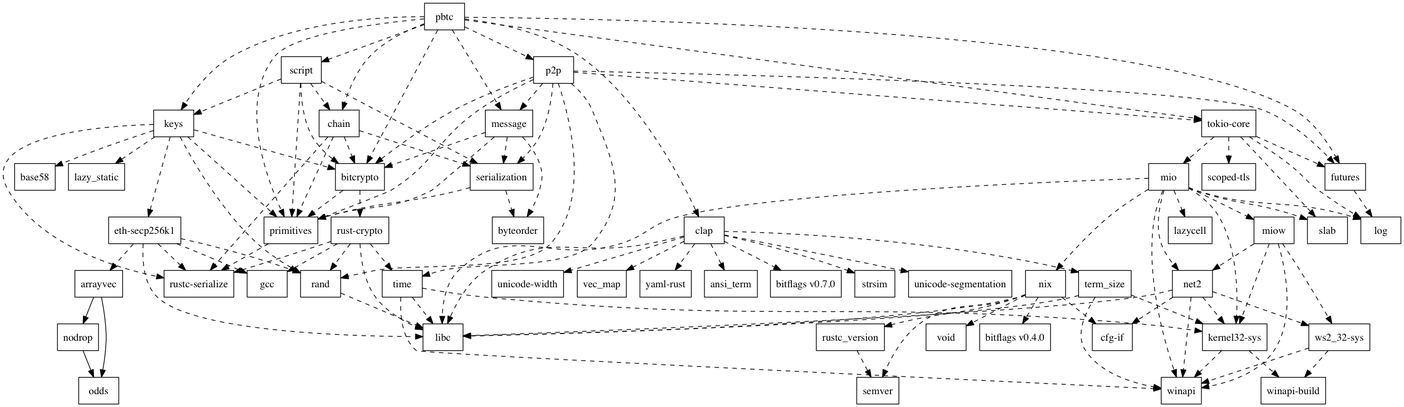
paritytech/parity-bitcoin keeps this Graphviz diagram as tools/graph.png. Above is the earlier version. Its source is kept beside it as tools/graph.dot.
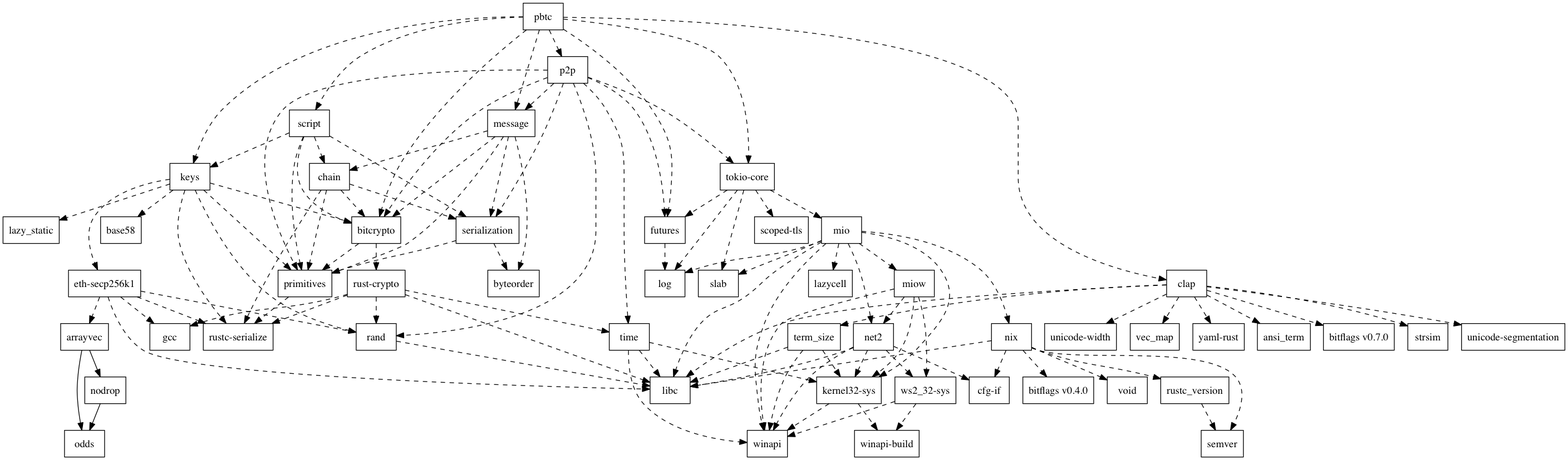
After the commit.

The edit, as a diff of the source:
```diff
@@ -1,25 +1,25 @@
 digraph dependencies {
 	N0[label="pbtc",shape=box];
 	N1[label="bitcrypto",shape=box];
-	N2[label="chain",shape=box];
-	N3[label="clap",shape=box];
-	N4[label="futures",shape=box];
-	N5[label="keys",shape=box];
-	N6[label="message",shape=box];
-	N7[label="p2p",shape=box];
-	N8[label="primitives",shape=box];
-	N9[label="script",shape=box];
-	N10[label="tokio-core",shape=box];
-	N11[label="ansi_term",shape=box];
-	N12[label="arrayvec",shape=box];
-	N13[label="nodrop",shape=box];
-	N14[label="odds",shape=box];
-	N15[label="base58",shape=box];
-	N16[label="rust-crypto",shape=box];
-	N17[label="bitflags v0.4.0",shape=box];
-	N18[label="bitflags v0.7.0",shape=box];
-	N19[label="byteorder",shape=box];
-	N20[label="cfg-if",shape=box];
+	N2[label="clap",shape=box];
+	N3[label="futures",shape=box];
+	N4[label="keys",shape=box];
+	N5[label="message",shape=box];
+	N6[label="p2p",shape=box];
+	N7[label="script",shape=box];
+	N8[label="tokio-core",shape=box];
+	N9[label="ansi_term",shape=box];
+	N10[label="arrayvec",shape=box];
+	N11[label="nodrop",shape=box];
+	N12[label="odds",shape=box];
+	N13[label="base58",shape=box];
+	N14[label="primitives",shape=box];
+	N15[label="rust-crypto",shape=box];
+	N16[label="bitflags v0.4.0",shape=box];
+	N17[label="bitflags v0.7.0",shape=box];
+	N18[label="byteorder",shape=box];
+	N19[label="cfg-if",shape=box];
+	N20[label="chain",shape=box];
 	N21[label="rustc-serialize",shape=box];
 	N22[label="serialization",shape=box];
 	N23[label="libc",shape=box];
@@ -57,68 +57,67 @@
 	N0 -> N6[label="",style=dashed];
 	N0 -> N7[label="",style=dashed];
 	N0 -> N8[label="",style=dashed];
-	N0 -> N9[label="",style=dashed];
-	N0 -> N10[label="",style=dashed];
-	N1 -> N8[label="",style=dashed];
-	N1 -> N16[label="",style=dashed];
-	N2 -> N1[label="",style=dashed];
-	N2 -> N8[label="",style=dashed];
-	N2 -> N21[label="",style=dashed];
-	N2 -> N22[label="",style=dashed];
-	N3 -> N11[label="",style=dashed];
-	N3 -> N18[label="",style=dashed];
-	N3 -> N23[label="",style=dashed];
-	N3 -> N24[label="",style=dashed];
-	N3 -> N25[label="",style=dashed];
-	N3 -> N26[label="",style=dashed];
-	N3 -> N27[label="",style=dashed];
-	N3 -> N28[label="",style=dashed];
-	N3 -> N29[label="",style=dashed];
-	N4 -> N33[label="",style=dashed];
+	N1 -> N14[label="",style=dashed];
+	N1 -> N15[label="",style=dashed];
+	N2 -> N9[label="",style=dashed];
+	N2 -> N17[label="",style=dashed];
+	N2 -> N23[label="",style=dashed];
+	N2 -> N24[label="",style=dashed];
+	N2 -> N25[label="",style=dashed];
+	N2 -> N26[label="",style=dashed];
+	N2 -> N27[label="",style=dashed];
+	N2 -> N28[label="",style=dashed];
+	N2 -> N29[label="",style=dashed];
+	N3 -> N33[label="",style=dashed];
+	N4 -> N1[label="",style=dashed];
+	N4 -> N13[label="",style=dashed];
+	N4 -> N14[label="",style=dashed];
+	N4 -> N21[label="",style=dashed];
+	N4 -> N30[label="",style=dashed];
+	N4 -> N32[label="",style=dashed];
+	N4 -> N37[label="",style=dashed];
 	N5 -> N1[label="",style=dashed];
-	N5 -> N8[label="",style=dashed];
-	N5 -> N15[label="",style=dashed];
-	N5 -> N21[label="",style=dashed];
-	N5 -> N30[label="",style=dashed];
-	N5 -> N32[label="",style=dashed];
-	N5 -> N37[label="",style=dashed];
+	N5 -> N14[label="",style=dashed];
+	N5 -> N18[label="",style=dashed];
+	N5 -> N20[label="",style=dashed];
+	N5 -> N22[label="",style=dashed];
 	N6 -> N1[label="",style=dashed];
+	N6 -> N3[label="",style=dashed];
+	N6 -> N5[label="",style=dashed];
 	N6 -> N8[label="",style=dashed];
-	N6 -> N19[label="",style=dashed];
+	N6 -> N14[label="",style=dashed];
 	N6 -> N22[label="",style=dashed];
+	N6 -> N32[label="",style=dashed];
+	N6 -> N48[label="",style=dashed];
 	N7 -> N1[label="",style=dashed];
 	N7 -> N4[label="",style=dashed];
-	N7 -> N6[label="",style=dashed];
-	N7 -> N8[label="",style=dashed];
-	N7 -> N10[label="",style=dashed];
+	N7 -> N14[label="",style=dashed];
+	N7 -> N20[label="",style=dashed];
 	N7 -> N22[label="",style=dashed];
-	N7 -> N32[label="",style=dashed];
-	N7 -> N48[label="",style=dashed];
-	N8 -> N21[label="",style=dashed];
-	N9 -> N1[label="",style=dashed];
-	N9 -> N2[label="",style=dashed];
-	N9 -> N5[label="",style=dashed];
-	N9 -> N8[label="",style=dashed];
-	N9 -> N22[label="",style=dashed];
-	N10 -> N4[label="",style=dashed];
-	N10 -> N33[label="",style=dashed];
-	N10 -> N39[label="",style=dashed];
-	N10 -> N43[label="",style=dashed];
-	N10 -> N49[label="",style=dashed];
-	N12 -> N13[label=""];
-	N12 -> N14[label=""];
-	N13 -> N14[label=""];
-	N16 -> N21[label="",style=dashed];
-	N16 -> N23[label="",style=dashed];
-	N16 -> N31[label="",style=dashed];
-	N16 -> N32[label="",style=dashed];
-	N16 -> N48[label="",style=dashed];
-	N22 -> N8[label="",style=dashed];
-	N22 -> N19[label="",style=dashed];
+	N8 -> N3[label="",style=dashed];
+	N8 -> N33[label="",style=dashed];
+	N8 -> N39[label="",style=dashed];
+	N8 -> N43[label="",style=dashed];
+	N8 -> N49[label="",style=dashed];
+	N10 -> N11[label=""];
+	N10 -> N12[label=""];
+	N11 -> N12[label=""];
+	N14 -> N21[label="",style=dashed];
+	N15 -> N21[label="",style=dashed];
+	N15 -> N23[label="",style=dashed];
+	N15 -> N31[label="",style=dashed];
+	N15 -> N32[label="",style=dashed];
+	N15 -> N48[label="",style=dashed];
+	N20 -> N1[label="",style=dashed];
+	N20 -> N14[label="",style=dashed];
+	N20 -> N21[label="",style=dashed];
+	N20 -> N22[label="",style=dashed];
+	N22 -> N14[label="",style=dashed];
+	N22 -> N18[label="",style=dashed];
 	N25 -> N23[label="",style=dashed];
 	N25 -> N34[label="",style=dashed];
 	N25 -> N35[label="",style=dashed];
-	N30 -> N12[label="",style=dashed];
+	N30 -> N10[label="",style=dashed];
 	N30 -> N21[label="",style=dashed];
 	N30 -> N23[label="",style=dashed];
 	N30 -> N31[label="",style=dashed];
@@ -139,13 +138,13 @@
 	N40 -> N35[label="",style=dashed];
 	N40 -> N41[label="",style=dashed];
 	N40 -> N44[label="",style=dashed];
-	N41 -> N20[label="",style=dashed];
+	N41 -> N19[label="",style=dashed];
 	N41 -> N23[label="",style=dashed];
 	N41 -> N34[label="",style=dashed];
 	N41 -> N35[label="",style=dashed];
 	N41 -> N44[label="",style=dashed];
-	N42 -> N17[label="",style=dashed];
-	N42 -> N20[label="",style=dashed];
+	N42 -> N16[label="",style=dashed];
+	N42 -> N19[label="",style=dashed];
 	N42 -> N23[label="",style=dashed];
 	N42 -> N45[label="",style=dashed];
 	N42 -> N46[label="",style=dashed];
```
